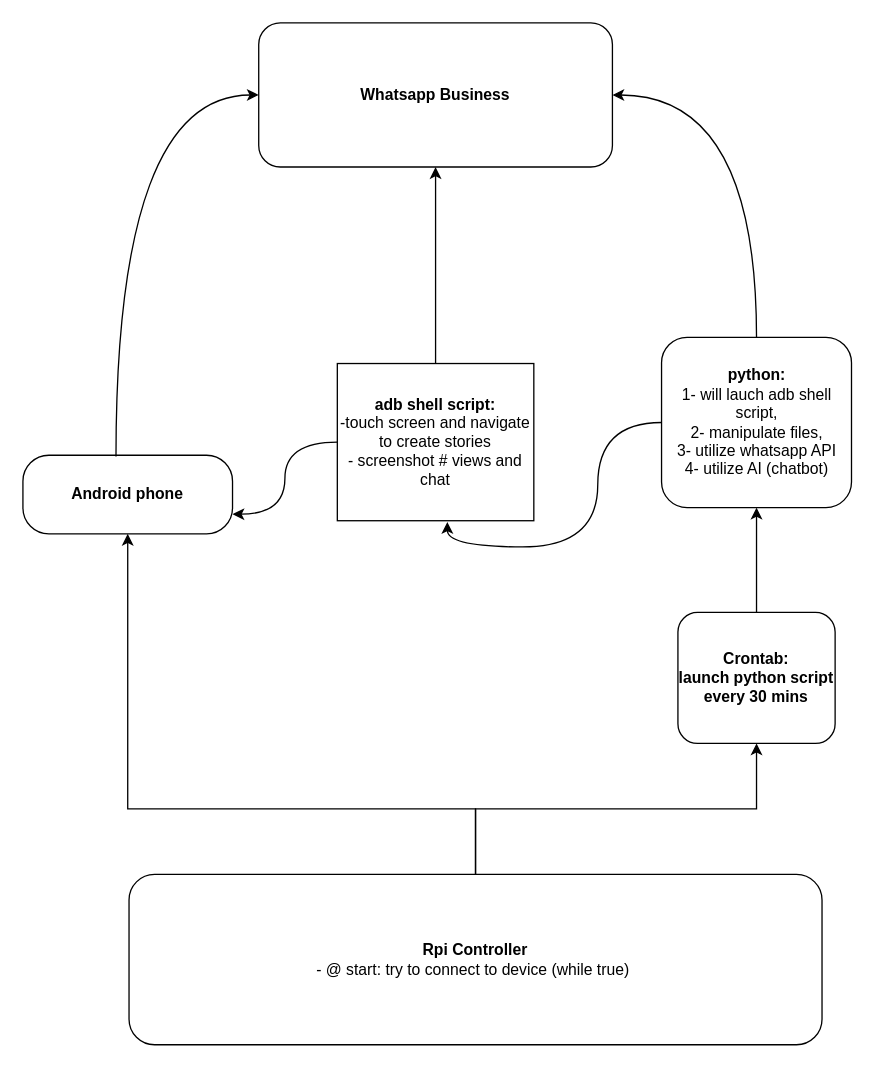
This is page "lvl 0: Overview" (1 of 3) of diagrams.drawio from skillz4real/laughing-guide, a draw.io file, before an edit. Source tidied: cells renumbered, new cells numbered last; positions are measured from the earlier drawing's top-left corner, leaving out a move shared by most shapes. Both pictures are drawn from the tidied source at 131%, with x=0, y=0 at pixel (22, 22).
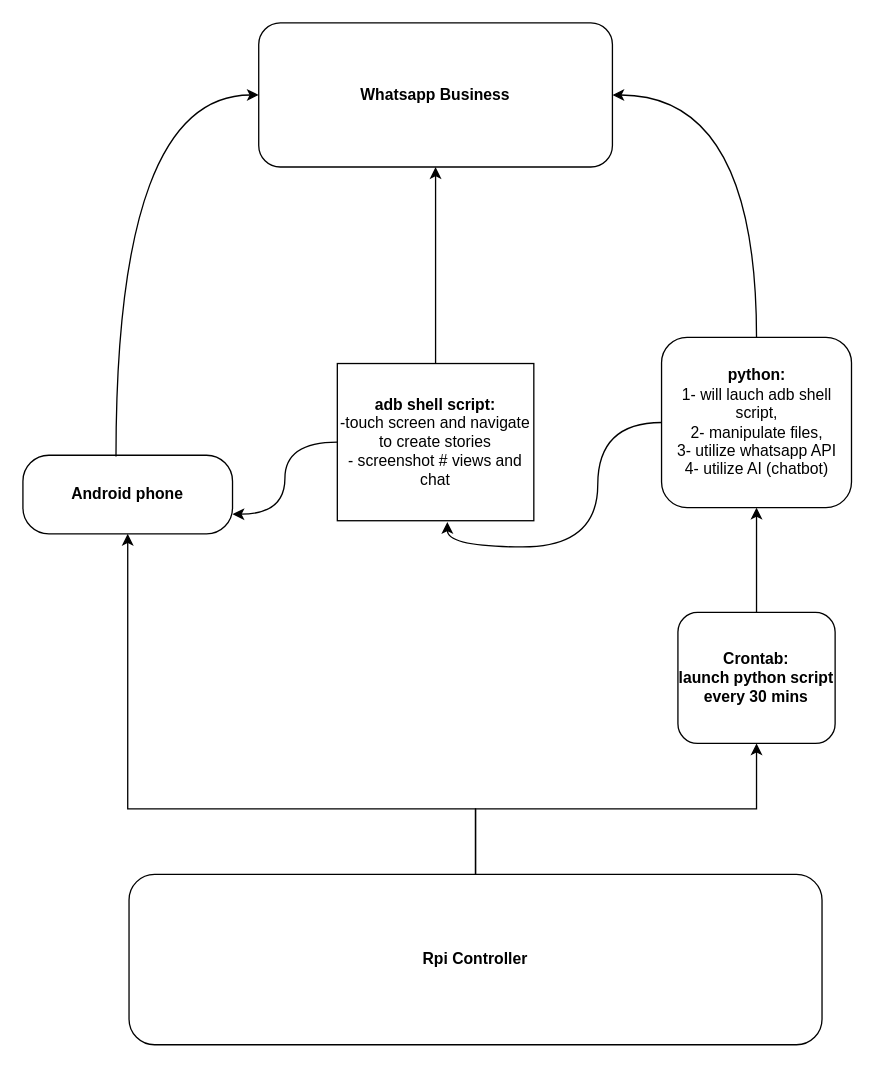
The same page after the edit.

Change to the diagram source:
```diff
@@
 <mxGraphModel>
   <root>
     <mxCell id="0" />
     <mxCell id="1" parent="0" />
     <mxCell id="2" style="edgeStyle=orthogonalEdgeStyle;rounded=0;jettySize=auto;html=1;exitX=0.5;exitY=0;exitDx=0;exitDy=0;" parent="1" edge="1" source="4" target="5">
       <mxGeometry relative="1" as="geometry">
         <Array as="points">
           <mxPoint x="346" y="600" />
           <mxPoint x="80" y="600" />
         </Array>
       </mxGeometry>
     </mxCell>
     <mxCell id="3" style="edgeStyle=orthogonalEdgeStyle;rounded=0;jettySize=auto;html=1;entryX=0.5;entryY=1;entryDx=0;entryDy=0;" parent="1" edge="1" source="4" target="13">
       <mxGeometry relative="1" as="geometry" />
     </mxCell>
-    <mxCell id="4" value="&lt;b&gt;Rpi Controller&lt;/b&gt;&lt;br&gt;- @ start: try to connect to device (while true)&amp;nbsp;" style="rounded=1;whiteSpace=wrap;html=1;" parent="1" vertex="1">
+    <mxCell id="4" value="&lt;b&gt;Rpi Controller&lt;/b&gt;" style="rounded=1;whiteSpace=wrap;html=1;" parent="1" vertex="1">
       <mxGeometry x="81" y="650" width="529" height="130" as="geometry" />
     </mxCell>
     <mxCell id="5" value="&lt;div&gt;&lt;b&gt;Android phone&lt;/b&gt;&lt;/div&gt;" style="rounded=1;whiteSpace=wrap;html=1;arcSize=33;" parent="1" vertex="1">
       <mxGeometry y="330" width="160" height="60" as="geometry" />
     </mxCell>
     <mxCell id="6" value="&lt;b&gt;Whatsapp Business&lt;/b&gt;" style="rounded=1;whiteSpace=wrap;html=1;" parent="1" vertex="1">
       <mxGeometry x="180" width="270" height="110" as="geometry" />
     </mxCell>
     <mxCell id="7" style="edgeStyle=orthogonalEdgeStyle;curved=1;jettySize=auto;html=1;entryX=0.56;entryY=1.008;entryDx=0;entryDy=0;entryPerimeter=0;" parent="1" edge="1" source="8" target="11">
       <mxGeometry relative="1" as="geometry" />
     </mxCell>
     <mxCell id="8" value="&lt;b&gt;python:&lt;/b&gt;&lt;br&gt;1- will lauch adb shell script, &lt;br&gt;2- manipulate files,&lt;br&gt;3- utilize whatsapp API&lt;br&gt;4- utilize AI (chatbot)" style="rounded=1;whiteSpace=wrap;html=1;" parent="1" vertex="1">
       <mxGeometry x="487.5" y="240" width="145" height="130" as="geometry" />
     </mxCell>
     <mxCell id="9" style="edgeStyle=orthogonalEdgeStyle;curved=1;jettySize=auto;html=1;entryX=0.5;entryY=1;entryDx=0;entryDy=0;" parent="1" edge="1" source="11" target="6">
       <mxGeometry relative="1" as="geometry" />
     </mxCell>
     <mxCell id="10" style="edgeStyle=orthogonalEdgeStyle;curved=1;jettySize=auto;html=1;entryX=1;entryY=0.75;entryDx=0;entryDy=0;" parent="1" edge="1" source="11" target="5">
       <mxGeometry relative="1" as="geometry" />
     </mxCell>
     <mxCell id="11" value="&lt;b&gt;adb shell script:&lt;/b&gt;&lt;br&gt;-touch screen and navigate to create stories&lt;br&gt;- screenshot # views and chat" style="rounded=1;whiteSpace=wrap;html=1;arcSize=0;" parent="1" vertex="1">
       <mxGeometry x="240" y="260" width="150" height="120" as="geometry" />
     </mxCell>
     <mxCell id="12" style="edgeStyle=orthogonalEdgeStyle;rounded=0;jettySize=auto;html=1;" parent="1" edge="1" source="13" target="8">
       <mxGeometry relative="1" as="geometry" />
     </mxCell>
     <mxCell id="13" value="&lt;b&gt;Crontab:&lt;br&gt;launch python script every 30 mins&lt;br&gt;&lt;/b&gt;" style="rounded=1;whiteSpace=wrap;html=1;" parent="1" vertex="1">
       <mxGeometry x="500" y="450" width="120" height="100" as="geometry" />
     </mxCell>
     <mxCell id="14" style="edgeStyle=orthogonalEdgeStyle;curved=1;jettySize=auto;html=1;exitX=0.444;exitY=0.017;exitDx=0;exitDy=0;exitPerimeter=0;entryX=0;entryY=0.5;entryDx=0;entryDy=0;" parent="1" edge="1" source="5" target="6">
       <mxGeometry relative="1" as="geometry" />
     </mxCell>
     <mxCell id="15" style="edgeStyle=orthogonalEdgeStyle;curved=1;jettySize=auto;html=1;exitX=0.5;exitY=0;exitDx=0;exitDy=0;entryX=1;entryY=0.5;entryDx=0;entryDy=0;" parent="1" edge="1" source="8" target="6">
       <mxGeometry relative="1" as="geometry" />
     </mxCell>
   </root>
 </mxGraphModel>
```
